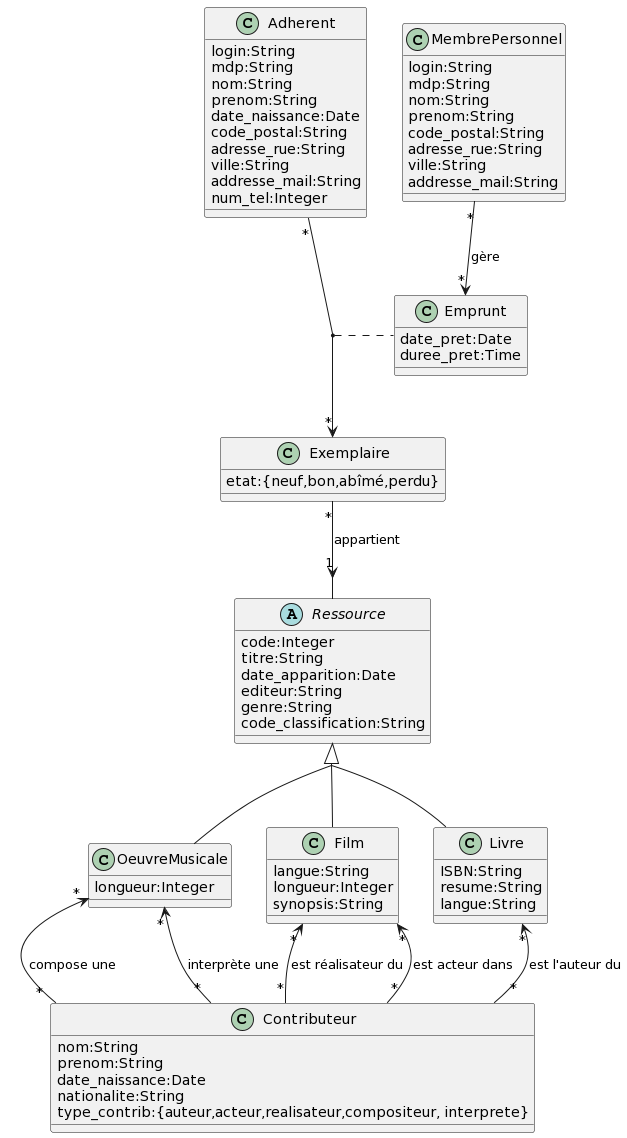
Above: UML_bibli_v2.png in HouzeZHANG/NF18-DataBase-Project (PlantUML), before the change. Its diagram source:
```plantuml
@startuml
abstract class Ressource{
  code:Integer
  titre:String
  date_apparition:Date
  editeur:String
  genre:String
  code_classification:String
}

class Exemplaire{
  etat:{neuf,bon,abîmé,perdu}
}




together {
  class Livre{
  ISBN:String
  resume:String
  langue:String
}

class Film{
  langue:String
  longueur:Integer
  synopsis:String
}

class OeuvreMusicale{
  longueur:Integer
}
}


class MembrePersonnel{
  login:String
  mdp:String
  nom:String
  prenom:String
  code_postal:String
  adresse_rue:String
  ville:String
  addresse_mail:String
}

class Adherent{
  login:String
  mdp:String
  nom:String
  prenom:String
  date_naissance:Date
  code_postal:String
  adresse_rue:String
  ville:String
  addresse_mail:String
  num_tel:Integer
}

class Contributeur{
  nom:String
  prenom:String
  date_naissance:Date
  nationalite:String
  type_contrib:{auteur,acteur,realisateur,compositeur, interprete}
}

skinparam groupInheritance 2

Ressource <|-- Livre
Ressource <|-- Film
Ressource <|-- OeuvreMusicale

Exemplaire "*" --> "1" Ressource : appartient
Adherent "*" --> "*" Exemplaire
(Adherent,Exemplaire) .. Emprunt

MembrePersonnel "*" --> "*" Emprunt : gère
Contributeur "*" -up-> "*" Livre : est l'auteur du
Contributeur "*" -up-> "*" Film : est réalisateur du
Contributeur "*" -up-> "*" Film : est acteur dans
Contributeur "*" -up-> "*" OeuvreMusicale : compose une
Contributeur "*" -up-> "*" OeuvreMusicale : interprète une



class Emprunt{
  date_pret:Date
  duree_pret:Time
}
@enduml
```
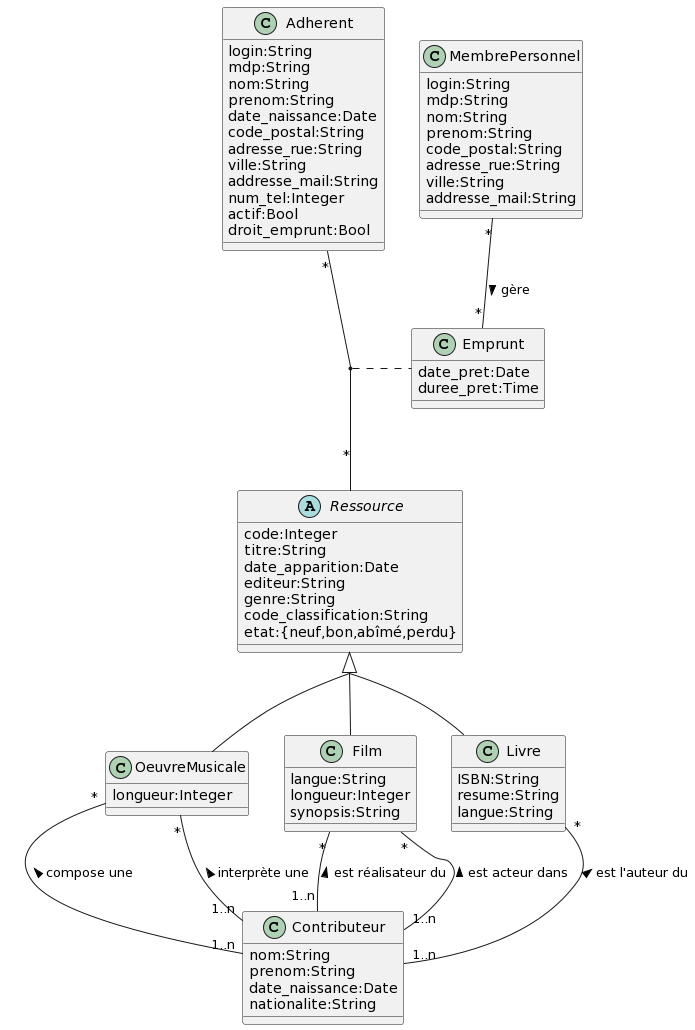
Above is the later version.

Commit message:
feat: UML cardinalite

What changed in the source:
```diff
@@ -6,13 +6,8 @@
   editeur:String
   genre:String
   code_classification:String
-}
-
-class Exemplaire{
   etat:{neuf,bon,abîmé,perdu}
 }
-
-
 
 
 together {
@@ -56,6 +51,8 @@
   ville:String
   addresse_mail:String
   num_tel:Integer
+  actif:Bool
+  droit_emprunt:Bool
 }
 
 class Contributeur{
@@ -63,7 +60,6 @@
   prenom:String
   date_naissance:Date
   nationalite:String
-  type_contrib:{auteur,acteur,realisateur,compositeur, interprete}
 }
 
 skinparam groupInheritance 2
@@ -72,16 +68,18 @@
 Ressource <|-- Film
 Ressource <|-- OeuvreMusicale
 
-Exemplaire "*" --> "1" Ressource : appartient
-Adherent "*" --> "*" Exemplaire
-(Adherent,Exemplaire) .. Emprunt
 
-MembrePersonnel "*" --> "*" Emprunt : gère
-Contributeur "*" -up-> "*" Livre : est l'auteur du
-Contributeur "*" -up-> "*" Film : est réalisateur du
-Contributeur "*" -up-> "*" Film : est acteur dans
-Contributeur "*" -up-> "*" OeuvreMusicale : compose une
-Contributeur "*" -up-> "*" OeuvreMusicale : interprète une
+Adherent "*" -- "*" Ressource
+(Adherent,Ressource) .. Emprunt
+
+MembrePersonnel "*" -- "*" Emprunt : gère >
+
+
+Contributeur "1..n" -up- "*" Livre : est l'auteur du >
+Contributeur "1..n" -up- "*" Film : est réalisateur du >
+Contributeur "1..n" -up- "*" Film : est acteur dans >
+Contributeur "1..n" -up- "*" OeuvreMusicale : compose une >
+Contributeur "1..n" -up- "*" OeuvreMusicale : interprète une >
 
 
 
```
